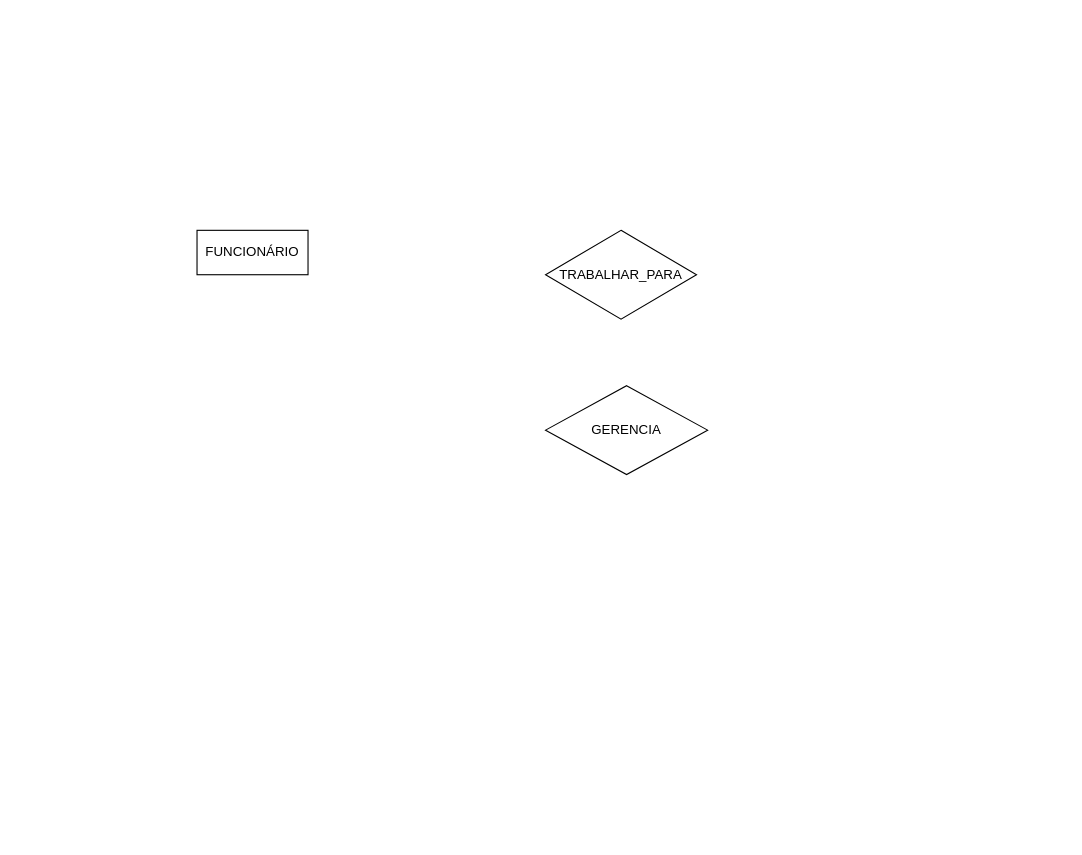
This is Diagrama sem nome.drawio from valcacer77/Aprendizagem-Profissional-De-Qualifica-o-de-Software, a draw.io file, before an edit. Source tidied: cells renumbered, new cells numbered last; positions are measured from the earlier drawing's top-left corner, leaving out a move shared by most shapes. Both pictures are drawn from the tidied source at 111%, with x=0, y=0 at pixel (196, 230).
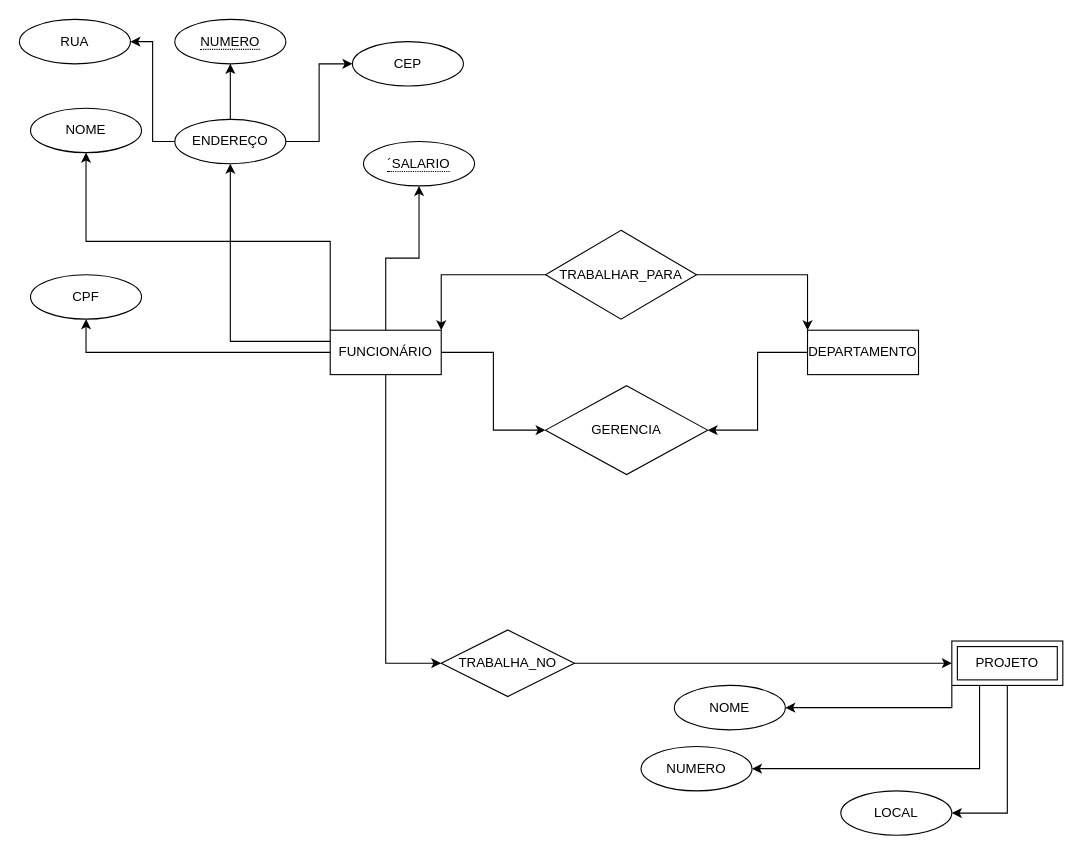
The same page after the edit.

The change refers to these unchanged cells:
```xml
<mxCell id="2" value="GERENCIA" style="shape=rhombus;perimeter=rhombusPerimeter;whiteSpace=wrap;html=1;align=center;" parent="1" vertex="1">
  <mxGeometry x="314" y="140" width="146" height="80" as="geometry" />
</mxCell>
<mxCell id="3" value="TRABALHAR_PARA" style="shape=rhombus;perimeter=rhombusPerimeter;whiteSpace=wrap;html=1;align=center;" parent="1" vertex="1">
  <mxGeometry x="314" width="136" height="80" as="geometry" />
</mxCell>
```

Change to the diagram source:
```diff
@@
+    <mxCell id="5" style="edgeStyle=orthogonalEdgeStyle;rounded=0;jettySize=auto;html=1;entryX=1;entryY=0;entryDx=0;entryDy=0;" parent="1" edge="1" source="3" target="4">
+      <mxGeometry relative="1" as="geometry" />
+    </mxCell>
+    <mxCell id="6" style="edgeStyle=orthogonalEdgeStyle;rounded=0;jettySize=auto;html=1;entryX=0;entryY=0;entryDx=0;entryDy=0;" parent="1" edge="1" source="3" target="13">
+      <mxGeometry relative="1" as="geometry" />
+    </mxCell>
@@
+    <mxCell id="7" style="edgeStyle=orthogonalEdgeStyle;rounded=0;jettySize=auto;html=1;entryX=0;entryY=0.5;entryDx=0;entryDy=0;" parent="1" edge="1" source="4" target="2">
+      <mxGeometry relative="1" as="geometry" />
+    </mxCell>
+    <mxCell id="8" style="edgeStyle=orthogonalEdgeStyle;rounded=0;jettySize=auto;html=1;entryX=0.5;entryY=1;entryDx=0;entryDy=0;" parent="1" edge="1" source="4" target="16">
+      <mxGeometry relative="1" as="geometry" />
+    </mxCell>
+    <mxCell id="9" style="edgeStyle=orthogonalEdgeStyle;rounded=0;jettySize=auto;html=1;entryX=0.5;entryY=1;entryDx=0;entryDy=0;" parent="1" edge="1" source="4" target="20">
+      <mxGeometry relative="1" as="geometry">
+        <Array as="points">
+          <mxPoint x="30" y="100" />
+        </Array>
+      </mxGeometry>
+    </mxCell>
+    <mxCell id="10" style="edgeStyle=orthogonalEdgeStyle;rounded=0;jettySize=auto;html=1;entryX=0.5;entryY=1;entryDx=0;entryDy=0;" parent="1" edge="1" source="4" target="21">
+      <mxGeometry relative="1" as="geometry" />
+    </mxCell>
+    <mxCell id="11" style="edgeStyle=orthogonalEdgeStyle;rounded=0;jettySize=auto;html=1;entryX=0;entryY=0.5;entryDx=0;entryDy=0;" parent="1" edge="1" source="4" target="26">
+      <mxGeometry relative="1" as="geometry" />
+    </mxCell>
     <mxCell id="4" value="FUNCIONÁRIO" style="whiteSpace=wrap;html=1;align=center;" parent="1" vertex="1">
-      <mxGeometry width="100" height="40" as="geometry" />
+      <mxGeometry x="120" y="90" width="100" height="40" as="geometry" />
     </mxCell>
+    <mxCell id="12" style="edgeStyle=orthogonalEdgeStyle;rounded=0;jettySize=auto;html=1;entryX=1;entryY=0.5;entryDx=0;entryDy=0;" parent="1" edge="1" source="13" target="2">
+      <mxGeometry relative="1" as="geometry" />
+    </mxCell>
+    <mxCell id="13" value="DEPARTAMENTO" style="whiteSpace=wrap;html=1;align=center;" parent="1" vertex="1">
+      <mxGeometry x="550" y="90" width="100" height="40" as="geometry" />
+    </mxCell>
+    <mxCell id="14" value="&lt;span style=&quot;border-bottom: 1px dotted&quot;&gt;NUMERO&lt;/span&gt;" style="ellipse;whiteSpace=wrap;html=1;align=center;" parent="1" vertex="1">
+      <mxGeometry x="-20" y="-190" width="100" height="40" as="geometry" />
+    </mxCell>
+    <mxCell id="15" value="CEP" style="ellipse;whiteSpace=wrap;html=1;align=center;" parent="1" vertex="1">
+      <mxGeometry x="140" y="-170" width="100" height="40" as="geometry" />
+    </mxCell>
+    <mxCell id="16" value="&lt;span style=&quot;border-bottom: 1px dotted&quot;&gt;´SALARIO&lt;/span&gt;" style="ellipse;whiteSpace=wrap;html=1;align=center;" parent="1" vertex="1">
+      <mxGeometry x="150" y="-80" width="100" height="40" as="geometry" />
+    </mxCell>
+    <mxCell id="17" style="edgeStyle=orthogonalEdgeStyle;rounded=0;jettySize=auto;html=1;entryX=0;entryY=0.5;entryDx=0;entryDy=0;" parent="1" edge="1" source="20" target="15">
+      <mxGeometry relative="1" as="geometry" />
+    </mxCell>
+    <mxCell id="18" style="edgeStyle=orthogonalEdgeStyle;rounded=0;jettySize=auto;html=1;entryX=1;entryY=0.5;entryDx=0;entryDy=0;" parent="1" edge="1" source="20" target="23">
+      <mxGeometry relative="1" as="geometry" />
+    </mxCell>
+    <mxCell id="19" style="edgeStyle=orthogonalEdgeStyle;rounded=0;jettySize=auto;html=1;entryX=0.5;entryY=1;entryDx=0;entryDy=0;" parent="1" edge="1" source="20" target="14">
+      <mxGeometry relative="1" as="geometry" />
+    </mxCell>
+    <mxCell id="20" value="ENDEREÇO" style="ellipse;whiteSpace=wrap;html=1;align=center;" parent="1" vertex="1">
+      <mxGeometry x="-20" y="-100" width="100" height="40" as="geometry" />
+    </mxCell>
+    <mxCell id="21" value="CPF" style="ellipse;whiteSpace=wrap;html=1;align=center;" parent="1" vertex="1">
+      <mxGeometry x="-150" y="40" width="100" height="40" as="geometry" />
+    </mxCell>
+    <mxCell id="22" value="NOME" style="ellipse;whiteSpace=wrap;html=1;align=center;" parent="1" vertex="1">
+      <mxGeometry x="-150" y="-110" width="100" height="40" as="geometry" />
+    </mxCell>
+    <mxCell id="23" value="RUA" style="ellipse;whiteSpace=wrap;html=1;align=center;" parent="1" vertex="1">
+      <mxGeometry x="-160" y="-190" width="100" height="40" as="geometry" />
+    </mxCell>
+    <mxCell id="24" style="edgeStyle=orthogonalEdgeStyle;rounded=0;jettySize=auto;html=1;exitX=0;exitY=0;exitDx=0;exitDy=0;" parent="1" edge="1" source="4" target="22">
+      <mxGeometry relative="1" as="geometry" />
+    </mxCell>
+    <mxCell id="25" style="edgeStyle=orthogonalEdgeStyle;rounded=0;jettySize=auto;html=1;" parent="1" edge="1" source="26" target="30">
+      <mxGeometry relative="1" as="geometry" />
+    </mxCell>
+    <mxCell id="26" value="TRABALHA_NO" style="shape=rhombus;perimeter=rhombusPerimeter;whiteSpace=wrap;html=1;align=center;" parent="1" vertex="1">
+      <mxGeometry x="220" y="360" width="120" height="60" as="geometry" />
+    </mxCell>
+    <mxCell id="27" style="edgeStyle=orthogonalEdgeStyle;rounded=0;jettySize=auto;html=1;entryX=1;entryY=0.5;entryDx=0;entryDy=0;" parent="1" edge="1" source="30" target="33">
+      <mxGeometry relative="1" as="geometry" />
+    </mxCell>
+    <mxCell id="28" style="edgeStyle=orthogonalEdgeStyle;rounded=0;jettySize=auto;html=1;exitX=0;exitY=1;exitDx=0;exitDy=0;" parent="1" edge="1" source="30" target="31">
+      <mxGeometry relative="1" as="geometry" />
+    </mxCell>
+    <mxCell id="29" style="edgeStyle=orthogonalEdgeStyle;rounded=0;jettySize=auto;html=1;exitX=0.25;exitY=1;exitDx=0;exitDy=0;entryX=1;entryY=0.5;entryDx=0;entryDy=0;" parent="1" edge="1" source="30" target="32">
+      <mxGeometry relative="1" as="geometry" />
+    </mxCell>
+    <mxCell id="30" value="PROJETO" style="shape=ext;margin=3;double=1;whiteSpace=wrap;html=1;align=center;" parent="1" vertex="1">
+      <mxGeometry x="680" y="370" width="100" height="40" as="geometry" />
+    </mxCell>
+    <mxCell id="31" value="NOME" style="ellipse;whiteSpace=wrap;html=1;align=center;" parent="1" vertex="1">
+      <mxGeometry x="430" y="410" width="100" height="40" as="geometry" />
+    </mxCell>
+    <mxCell id="32" value="NUMERO" style="ellipse;whiteSpace=wrap;html=1;align=center;" parent="1" vertex="1">
+      <mxGeometry x="400" y="465" width="100" height="40" as="geometry" />
+    </mxCell>
+    <mxCell id="33" value="LOCAL" style="ellipse;whiteSpace=wrap;html=1;align=center;" parent="1" vertex="1">
+      <mxGeometry x="580" y="505" width="100" height="40" as="geometry" />
+    </mxCell>
```
